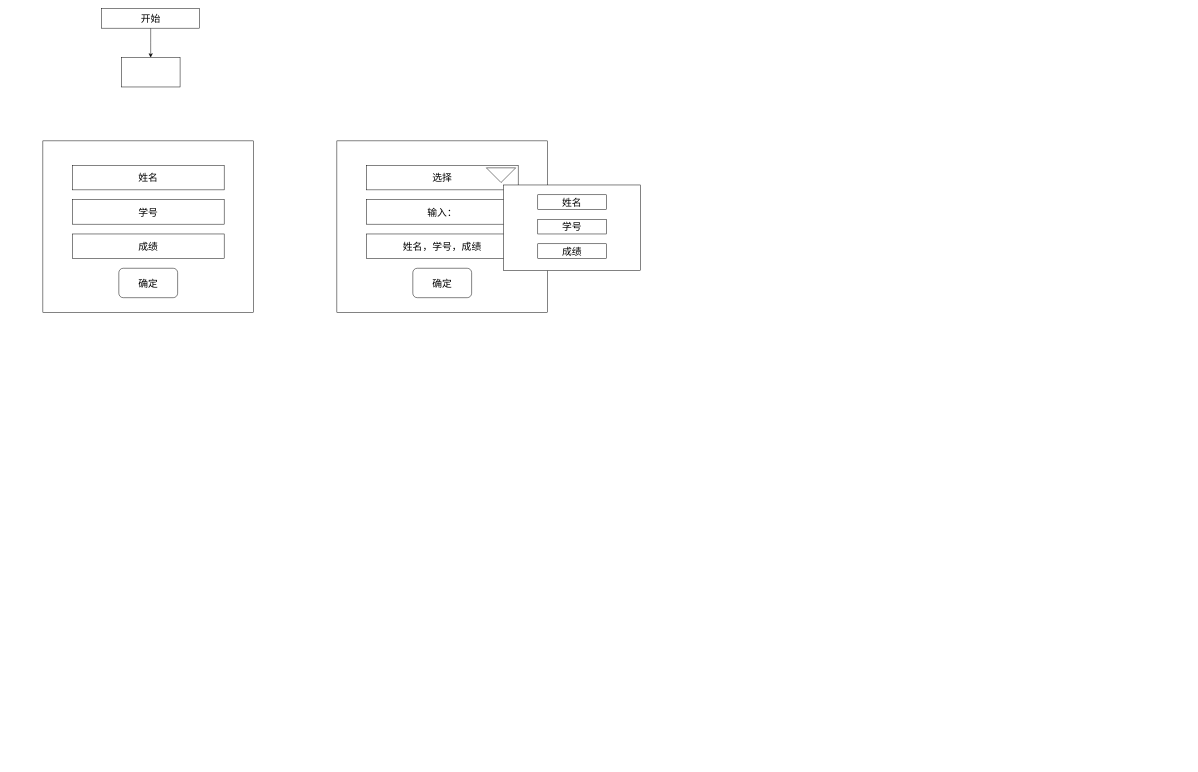
This is GUI.drawio from minhuomin/minhuomin.github, a draw.io file, before an edit. Source tidied: cells renumbered, new cells numbered last; positions are measured from the earlier drawing's top-left corner, leaving out a move shared by most shapes. Both pictures are drawn from the tidied source at 49%, with x=0, y=0 at pixel (43, 8).
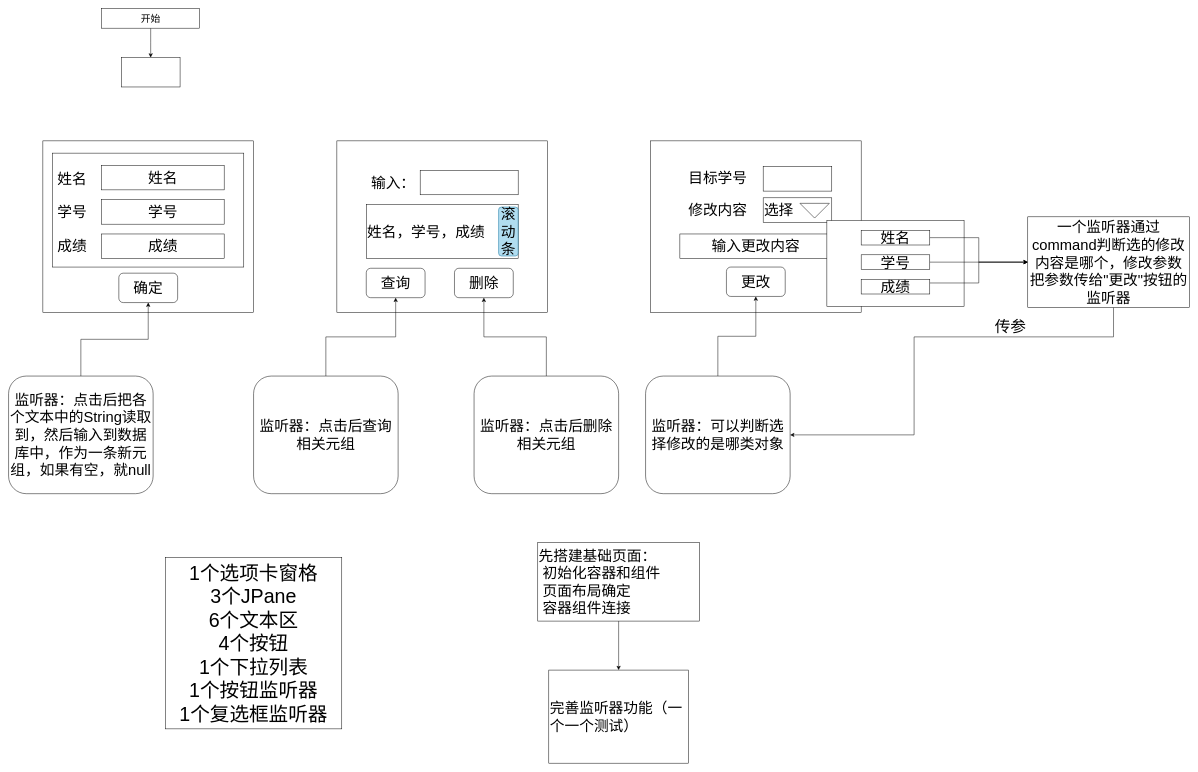
After the change.

Diff of the diagram source:
```diff
@@
-    <mxCell id="6" value="姓名" style="rounded=0;whiteSpace=wrap;html=1;fontSize=20;" parent="1" vertex="1">
-      <mxGeometry x="60" y="320" width="310" height="50" as="geometry" />
+    <mxCell id="6" value="&lt;font style=&quot;font-size: 30px;&quot;&gt;姓名&lt;/font&gt;" style="rounded=0;whiteSpace=wrap;html=1;fontSize=20;" parent="1" vertex="1">
+      <mxGeometry x="120" y="320" width="250" height="50" as="geometry" />
     </mxCell>
-    <mxCell id="7" value="成绩" style="rounded=0;whiteSpace=wrap;html=1;fontSize=20;" parent="1" vertex="1">
-      <mxGeometry x="60" y="460" width="310" height="50" as="geometry" />
+    <mxCell id="7" value="&lt;font style=&quot;font-size: 30px;&quot;&gt;成绩&lt;/font&gt;" style="rounded=0;whiteSpace=wrap;html=1;fontSize=20;" parent="1" vertex="1">
+      <mxGeometry x="120" y="460" width="250" height="50" as="geometry" />
     </mxCell>
-    <mxCell id="8" value="学号" style="rounded=0;whiteSpace=wrap;html=1;fontSize=20;" parent="1" vertex="1">
-      <mxGeometry x="60" y="390" width="310" height="50" as="geometry" />
+    <mxCell id="8" value="&lt;font style=&quot;font-size: 30px;&quot;&gt;学号&lt;/font&gt;" style="rounded=0;whiteSpace=wrap;html=1;fontSize=20;" parent="1" vertex="1">
+      <mxGeometry x="120" y="390" width="250" height="50" as="geometry" />
     </mxCell>
-    <mxCell id="9" value="确定" style="rounded=1;whiteSpace=wrap;html=1;fontSize=20;" parent="1" vertex="1">
-      <mxGeometry x="155" y="530" width="120" height="60" as="geometry" />
+    <mxCell id="9" value="&lt;font style=&quot;font-size: 30px;&quot;&gt;确定&lt;/font&gt;" style="rounded=1;whiteSpace=wrap;html=1;fontSize=20;" parent="1" vertex="1">
+      <mxGeometry x="155" y="540" width="120" height="60" as="geometry" />
     </mxCell>
@@
-    <mxCell id="11" value="选择" style="rounded=0;whiteSpace=wrap;html=1;fontSize=20;" parent="1" vertex="1">
-      <mxGeometry x="660" y="320" width="310" height="50" as="geometry" />
-    </mxCell>
-    <mxCell id="12" value="输入：" style="rounded=0;whiteSpace=wrap;html=1;fontSize=20;" parent="1" vertex="1">
-      <mxGeometry x="660" y="390" width="310" height="50" as="geometry" />
+    <mxCell id="12" style="rounded=0;whiteSpace=wrap;html=1;fontSize=20;" parent="1" vertex="1">
+      <mxGeometry x="770" y="330" width="200" height="50" as="geometry" />
     </mxCell>
-    <mxCell id="13" value="确定" style="rounded=1;whiteSpace=wrap;html=1;fontSize=20;" parent="1" vertex="1">
-      <mxGeometry x="755" y="530" width="120" height="60" as="geometry" />
+    <mxCell id="13" value="&lt;font style=&quot;font-size: 30px;&quot;&gt;查询&lt;/font&gt;" style="rounded=1;whiteSpace=wrap;html=1;fontSize=20;" parent="1" vertex="1">
+      <mxGeometry x="660" y="530" width="120" height="60" as="geometry" />
     </mxCell>
-    <mxCell id="14" style="triangle;whiteSpace=wrap;html=1;fontSize=20;rotation=90;" parent="1" vertex="1">
-      <mxGeometry x="920" y="310" width="30" height="60" as="geometry" />
-    </mxCell>
-    <mxCell id="15" value="姓名，学号，成绩" style="rounded=0;whiteSpace=wrap;html=1;fontSize=20;" parent="1" vertex="1">
-      <mxGeometry x="660" y="460" width="310" height="50" as="geometry" />
+    <mxCell id="15" value="&lt;font style=&quot;font-size: 30px;&quot;&gt;姓名，学号，成绩&lt;/font&gt;" style="rounded=0;whiteSpace=wrap;html=1;fontSize=20;align=left;" parent="1" vertex="1">
+      <mxGeometry x="660" y="400" width="310" height="110" as="geometry" />
     </mxCell>
-    <mxCell id="16" style="rounded=0;whiteSpace=wrap;html=1;fontSize=20;" parent="1" vertex="1">
-      <mxGeometry x="940" y="360" width="280" height="175" as="geometry" />
-    </mxCell>
-    <mxCell id="17" value="姓名" style="rounded=0;whiteSpace=wrap;html=1;fontSize=20;" parent="1" vertex="1">
-      <mxGeometry x="1010" y="380" width="140" height="30" as="geometry" />
-    </mxCell>
-    <mxCell id="18" value="成绩" style="rounded=0;whiteSpace=wrap;html=1;fontSize=20;" parent="1" vertex="1">
-      <mxGeometry x="1010" y="480" width="140" height="30" as="geometry" />
-    </mxCell>
-    <mxCell id="19" value="学号" style="rounded=0;whiteSpace=wrap;html=1;fontSize=20;" parent="1" vertex="1">
-      <mxGeometry x="1010" y="430" width="140" height="30" as="geometry" />
-    </mxCell>
+    <mxCell id="20" value="&lt;font style=&quot;font-size: 30px;&quot;&gt;删除&lt;/font&gt;" style="rounded=1;whiteSpace=wrap;html=1;fontSize=20;" parent="1" vertex="1">
+      <mxGeometry x="840" y="530" width="120" height="60" as="geometry" />
+    </mxCell>
+    <mxCell id="21" style="edgeStyle=orthogonalEdgeStyle;rounded=0;jettySize=auto;html=1;entryX=0.5;entryY=1;entryDx=0;entryDy=0;fontSize=20;" parent="1" edge="1" source="22" target="9">
+      <mxGeometry relative="1" as="geometry" />
+    </mxCell>
+    <mxCell id="22" value="&lt;font style=&quot;font-size: 30px;&quot;&gt;监听器：点击后把各个文本中的String读取到，然后输入到数据库中，作为一条新元组，如果有空，就null&lt;/font&gt;" style="whiteSpace=wrap;html=1;fontSize=20;rounded=1;" parent="1" vertex="1">
+      <mxGeometry x="-70" y="750" width="295" height="240" as="geometry" />
+    </mxCell>
+    <mxCell id="23" style="edgeStyle=orthogonalEdgeStyle;rounded=0;jettySize=auto;html=1;fontSize=20;entryX=0.5;entryY=1;entryDx=0;entryDy=0;" parent="1" edge="1" source="24" target="13">
+      <mxGeometry relative="1" as="geometry" />
+    </mxCell>
+    <mxCell id="24" value="&lt;font style=&quot;font-size: 30px;&quot;&gt;监听器：点击后查询相关元组&lt;/font&gt;" style="whiteSpace=wrap;html=1;fontSize=20;rounded=1;" parent="1" vertex="1">
+      <mxGeometry x="430" y="750" width="295" height="240" as="geometry" />
+    </mxCell>
+    <mxCell id="25" style="edgeStyle=orthogonalEdgeStyle;rounded=0;jettySize=auto;html=1;entryX=0.5;entryY=1;entryDx=0;entryDy=0;fontSize=20;" parent="1" edge="1" source="26" target="20">
+      <mxGeometry relative="1" as="geometry" />
+    </mxCell>
+    <mxCell id="26" value="&lt;font style=&quot;font-size: 30px;&quot;&gt;监听器：点击后删除相关元组&lt;/font&gt;" style="whiteSpace=wrap;html=1;fontSize=20;rounded=1;" parent="1" vertex="1">
+      <mxGeometry x="880" y="750" width="295" height="240" as="geometry" />
+    </mxCell>
+    <mxCell id="27" value="&lt;font style=&quot;font-size: 40px;&quot;&gt;1个选项卡窗格&lt;br&gt;3个JPane&lt;br&gt;6个文本区&lt;br&gt;4个按钮&lt;br&gt;1个下拉列表&lt;br&gt;1个按钮监听器&lt;br&gt;1个复选框监听器&lt;br&gt;&lt;/font&gt;" style="rounded=0;whiteSpace=wrap;html=1;fontSize=20;" parent="1" vertex="1">
+      <mxGeometry x="250" y="1120" width="360" height="350" as="geometry" />
+    </mxCell>
+    <mxCell id="28" style="rounded=0;whiteSpace=wrap;html=1;fontSize=20;" parent="1" vertex="1">
+      <mxGeometry x="1240" y="270" width="430" height="350" as="geometry" />
+    </mxCell>
+    <mxCell id="11" value="&lt;font style=&quot;font-size: 30px;&quot;&gt;选择&lt;/font&gt;" style="rounded=0;whiteSpace=wrap;html=1;fontSize=20;align=left;" parent="1" vertex="1">
+      <mxGeometry x="1470" y="386.2" width="140" height="50" as="geometry" />
+    </mxCell>
+    <mxCell id="29" style="triangle;whiteSpace=wrap;html=1;fontSize=20;rotation=90;" parent="1" vertex="1">
+      <mxGeometry x="1560" y="382.5" width="30" height="60" as="geometry" />
+    </mxCell>
+    <mxCell id="30" value="&lt;font style=&quot;font-size: 30px;&quot;&gt;输入更改内容&lt;/font&gt;" style="rounded=0;whiteSpace=wrap;html=1;fontSize=20;" parent="1" vertex="1">
+      <mxGeometry x="1300" y="460" width="310" height="50" as="geometry" />
+    </mxCell>
+    <mxCell id="31" value="&lt;font style=&quot;font-size: 30px;&quot;&gt;更改&lt;/font&gt;" style="rounded=1;whiteSpace=wrap;html=1;fontSize=20;" parent="1" vertex="1">
+      <mxGeometry x="1395" y="527.5" width="120" height="60" as="geometry" />
+    </mxCell>
+    <mxCell id="32" style="rounded=0;whiteSpace=wrap;html=1;fontSize=20;" parent="1" vertex="1">
+      <mxGeometry x="1600" y="432.5" width="280" height="175" as="geometry" />
+    </mxCell>
+    <mxCell id="33" style="edgeStyle=orthogonalEdgeStyle;rounded=0;jettySize=auto;html=1;exitX=1;exitY=0.5;exitDx=0;exitDy=0;fontSize=20;" parent="1" edge="1" source="34" target="42">
+      <mxGeometry relative="1" as="geometry" />
+    </mxCell>
+    <mxCell id="34" value="&lt;font style=&quot;font-size: 30px;&quot;&gt;姓名&lt;/font&gt;" style="rounded=0;whiteSpace=wrap;html=1;fontSize=20;" parent="1" vertex="1">
+      <mxGeometry x="1670" y="452.5" width="140" height="30" as="geometry" />
+    </mxCell>
+    <mxCell id="35" style="edgeStyle=orthogonalEdgeStyle;rounded=0;jettySize=auto;html=1;exitX=1;exitY=0.25;exitDx=0;exitDy=0;fontSize=20;" parent="1" edge="1" source="36" target="42">
+      <mxGeometry relative="1" as="geometry" />
+    </mxCell>
+    <mxCell id="36" value="&lt;font style=&quot;font-size: 30px;&quot;&gt;成绩&lt;/font&gt;" style="rounded=0;whiteSpace=wrap;html=1;fontSize=20;" parent="1" vertex="1">
+      <mxGeometry x="1670" y="552.5" width="140" height="30" as="geometry" />
+    </mxCell>
+    <mxCell id="37" style="edgeStyle=orthogonalEdgeStyle;rounded=0;jettySize=auto;html=1;exitX=1;exitY=0.5;exitDx=0;exitDy=0;entryX=0;entryY=0.5;entryDx=0;entryDy=0;fontSize=20;" parent="1" edge="1" source="38" target="42">
+      <mxGeometry relative="1" as="geometry" />
+    </mxCell>
+    <mxCell id="38" value="&lt;font style=&quot;font-size: 30px;&quot;&gt;学号&lt;/font&gt;" style="rounded=0;whiteSpace=wrap;html=1;fontSize=20;" parent="1" vertex="1">
+      <mxGeometry x="1670" y="502.5" width="140" height="30" as="geometry" />
+    </mxCell>
+    <mxCell id="39" style="edgeStyle=orthogonalEdgeStyle;rounded=0;jettySize=auto;html=1;entryX=0.5;entryY=1;entryDx=0;entryDy=0;fontSize=20;" parent="1" edge="1" source="40" target="31">
+      <mxGeometry relative="1" as="geometry" />
+    </mxCell>
+    <mxCell id="40" value="&lt;font style=&quot;font-size: 30px;&quot;&gt;监听器：可以判断选择修改的是哪类对象&lt;/font&gt;" style="whiteSpace=wrap;html=1;fontSize=20;rounded=1;" parent="1" vertex="1">
+      <mxGeometry x="1230" y="750" width="295" height="240" as="geometry" />
+    </mxCell>
+    <mxCell id="41" style="edgeStyle=orthogonalEdgeStyle;rounded=0;jettySize=auto;html=1;entryX=1;entryY=0.5;entryDx=0;entryDy=0;fontSize=20;" parent="1" edge="1" source="42" target="40">
+      <mxGeometry relative="1" as="geometry">
+        <Array as="points">
+          <mxPoint x="2185" y="670" />
+          <mxPoint x="1778" y="670" />
+          <mxPoint x="1778" y="870" />
+        </Array>
+      </mxGeometry>
+    </mxCell>
+    <mxCell id="42" value="&lt;font style=&quot;font-size: 30px;&quot;&gt;一个监听器通过command判断选的修改内容是哪个，修改参数把参数传给&quot;更改&quot;按钮的监听器&lt;/font&gt;" style="rounded=0;whiteSpace=wrap;html=1;fontSize=20;" parent="1" vertex="1">
+      <mxGeometry x="2010" y="425" width="330" height="185" as="geometry" />
+    </mxCell>
+    <mxCell id="43" value="&lt;font style=&quot;font-size: 32px;&quot;&gt;传参&lt;/font&gt;" style="text;html=1;strokeColor=none;fillColor=none;align=center;verticalAlign=middle;whiteSpace=wrap;rounded=0;fontSize=20;" parent="1" vertex="1">
+      <mxGeometry x="1890" y="600" width="170" height="100" as="geometry" />
+    </mxCell>
+    <mxCell id="44" style="edgeStyle=orthogonalEdgeStyle;rounded=0;jettySize=auto;html=1;fontSize=30;" parent="1" edge="1" source="45" target="46">
+      <mxGeometry relative="1" as="geometry" />
+    </mxCell>
+    <mxCell id="45" value="先搭建基础页面：&lt;br&gt;&lt;div style=&quot;&quot;&gt;&lt;span style=&quot;background-color: initial; white-space: pre;&quot;&gt; &lt;/span&gt;&lt;span style=&quot;background-color: initial;&quot;&gt;初始化容器和组件&lt;/span&gt;&lt;/div&gt;&lt;div style=&quot;&quot;&gt;&lt;span style=&quot;background-color: initial;&quot;&gt;&lt;span style=&quot;white-space: pre;&quot;&gt; &lt;/span&gt;页面布局确定&lt;br&gt;&lt;/span&gt;&lt;/div&gt;&lt;div style=&quot;&quot;&gt;&lt;span style=&quot;background-color: initial;&quot;&gt;&lt;span style=&quot;white-space: pre;&quot;&gt; &lt;/span&gt;容器组件连接&lt;/span&gt;&lt;/div&gt;" style="rounded=0;whiteSpace=wrap;html=1;fontSize=30;align=left;horizontal=1;labelPosition=center;verticalLabelPosition=middle;verticalAlign=middle;" parent="1" vertex="1">
+      <mxGeometry x="1010" y="1090" width="330" height="160" as="geometry" />
+    </mxCell>
+    <mxCell id="46" value="完善监听器功能（一个一个测试）" style="whiteSpace=wrap;html=1;fontSize=30;align=left;rounded=0;" parent="1" vertex="1">
+      <mxGeometry x="1032.5" y="1350" width="285" height="190" as="geometry" />
+    </mxCell>
+    <mxCell id="47" value="姓名" style="text;html=1;strokeColor=none;fillColor=none;align=center;verticalAlign=middle;whiteSpace=wrap;rounded=0;fontSize=30;" parent="1" vertex="1">
+      <mxGeometry x="20" y="332.5" width="80" height="30" as="geometry" />
+    </mxCell>
+    <mxCell id="48" value="学号" style="text;html=1;strokeColor=none;fillColor=none;align=center;verticalAlign=middle;whiteSpace=wrap;rounded=0;fontSize=30;" parent="1" vertex="1">
+      <mxGeometry x="20" y="400" width="80" height="30" as="geometry" />
+    </mxCell>
+    <mxCell id="49" value="成绩" style="text;html=1;strokeColor=none;fillColor=none;align=center;verticalAlign=middle;whiteSpace=wrap;rounded=0;fontSize=30;" parent="1" vertex="1">
+      <mxGeometry x="20" y="470" width="80" height="30" as="geometry" />
+    </mxCell>
+    <mxCell id="50" style="rounded=0;whiteSpace=wrap;html=1;fontSize=30;fillColor=none;" parent="1" vertex="1">
+      <mxGeometry x="20" y="295" width="390" height="232.5" as="geometry" />
+    </mxCell>
+    <mxCell id="51" value="输入：" style="text;html=1;strokeColor=none;fillColor=none;align=center;verticalAlign=middle;whiteSpace=wrap;rounded=0;fontSize=30;" parent="1" vertex="1">
+      <mxGeometry x="650" y="340" width="130" height="32.5" as="geometry" />
+    </mxCell>
+    <mxCell id="52" value="修改内容" style="text;html=1;strokeColor=none;fillColor=none;align=center;verticalAlign=middle;whiteSpace=wrap;rounded=0;fontSize=30;" parent="1" vertex="1">
+      <mxGeometry x="1305" y="396.2" width="145" height="30" as="geometry" />
+    </mxCell>
+    <mxCell id="53" value="目标学号" style="text;html=1;strokeColor=none;fillColor=none;align=center;verticalAlign=middle;whiteSpace=wrap;rounded=0;fontSize=30;" parent="1" vertex="1">
+      <mxGeometry x="1305" y="330" width="145" height="30" as="geometry" />
+    </mxCell>
+    <mxCell id="54" style="rounded=0;whiteSpace=wrap;html=1;fontSize=20;align=left;" parent="1" vertex="1">
+      <mxGeometry x="1470" y="322.5" width="140" height="50" as="geometry" />
+    </mxCell>
+    <mxCell id="55" style="edgeStyle=orthogonalEdgeStyle;rounded=0;orthogonalLoop=1;jettySize=auto;html=1;exitX=0.5;exitY=1;exitDx=0;exitDy=0;fontSize=30;" parent="1" edge="1" source="51" target="51">
+      <mxGeometry relative="1" as="geometry" />
+    </mxCell>
+    <mxCell id="56" value="滚动条" style="rounded=1;whiteSpace=wrap;html=1;fontSize=30;fillColor=#b1ddf0;strokeColor=#10739e;" parent="1" vertex="1">
+      <mxGeometry x="930" y="405" width="40" height="100" as="geometry" />
+    </mxCell>
```
